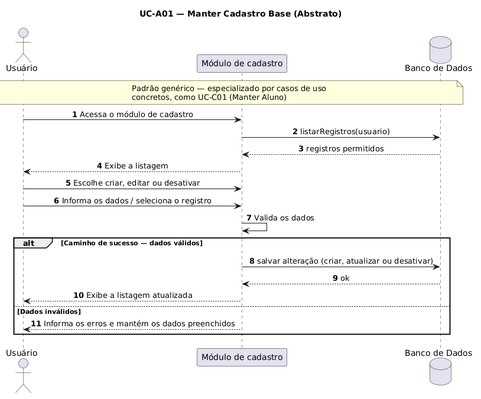
Before: documentos/atividade-04/imagens/UC-A01.png, a diagram exported from PlantUML (luisgustavoribeirodefreitas/VanTrack). The source it was exported from:
```plantuml
@startuml UC-A01
title UC-A01 — Manter Cadastro Base (Abstrato)
skinparam sequenceMessageAlign center
autonumber

actor "Usuário" as U
participant "Módulo de cadastro" as S
database "Banco de Dados" as DB

note over U, DB : Padrão genérico — especializado por casos de uso\nconcretos, como UC-C01 (Manter Aluno)

U -> S : Acessa o módulo de cadastro
S -> DB : listarRegistros(usuario)
DB --> S : registros permitidos
S --> U : Exibe a listagem

U -> S : Escolhe criar, editar ou desativar
U -> S : Informa os dados / seleciona o registro
S -> S : Valida os dados

alt Caminho de sucesso — dados válidos
    S -> DB : salvar alteração (criar, atualizar ou desativar)
    DB --> S : ok
    S --> U : Exibe a listagem atualizada
else Dados inválidos
    S --> U : Informa os erros e mantém os dados preenchidos
end
@enduml
```
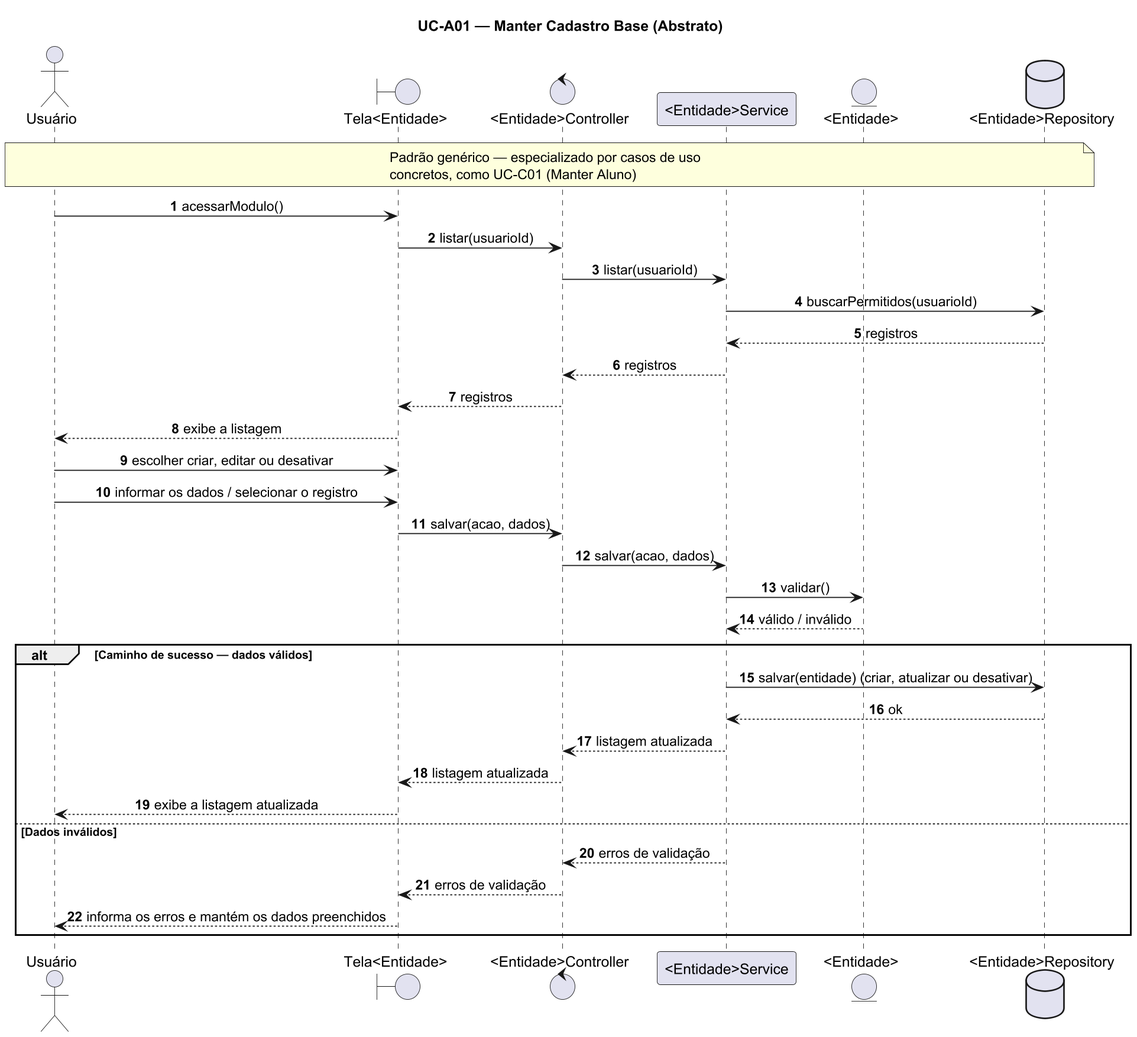
The same file after the commit.

Diff of the diagram source:
```diff
@@ -1,28 +1,44 @@
 @startuml UC-A01
+skinparamlocked dpi 170
 title UC-A01 — Manter Cadastro Base (Abstrato)
 skinparam sequenceMessageAlign center
+skinparam responseMessageBelowArrow true
 autonumber
 
 actor "Usuário" as U
-participant "Módulo de cadastro" as S
-database "Banco de Dados" as DB
+boundary "Tela<Entidade>" as T
+control "<Entidade>Controller" as C
+participant "<Entidade>Service" as S
+entity "<Entidade>" as E
+database "<Entidade>Repository" as Repo
 
-note over U, DB : Padrão genérico — especializado por casos de uso\nconcretos, como UC-C01 (Manter Aluno)
+note over U, Repo : Padrão genérico — especializado por casos de uso\nconcretos, como UC-C01 (Manter Aluno)
 
-U -> S : Acessa o módulo de cadastro
-S -> DB : listarRegistros(usuario)
-DB --> S : registros permitidos
-S --> U : Exibe a listagem
+U -> T : acessarModulo()
+T -> C : listar(usuarioId)
+C -> S : listar(usuarioId)
+S -> Repo : buscarPermitidos(usuarioId)
+Repo --> S : registros
+S --> C : registros
+C --> T : registros
+T --> U : exibe a listagem
 
-U -> S : Escolhe criar, editar ou desativar
-U -> S : Informa os dados / seleciona o registro
-S -> S : Valida os dados
+U -> T : escolher criar, editar ou desativar
+U -> T : informar os dados / selecionar o registro
+T -> C : salvar(acao, dados)
+C -> S : salvar(acao, dados)
+S -> E : validar()
+E --> S : válido / inválido
 
 alt Caminho de sucesso — dados válidos
-    S -> DB : salvar alteração (criar, atualizar ou desativar)
-    DB --> S : ok
-    S --> U : Exibe a listagem atualizada
+    S -> Repo : salvar(entidade) (criar, atualizar ou desativar)
+    Repo --> S : ok
+    S --> C : listagem atualizada
+    C --> T : listagem atualizada
+    T --> U : exibe a listagem atualizada
 else Dados inválidos
-    S --> U : Informa os erros e mantém os dados preenchidos
+    S --> C : erros de validação
+    C --> T : erros de validação
+    T --> U : informa os erros e mantém os dados preenchidos
 end
 @enduml
```
